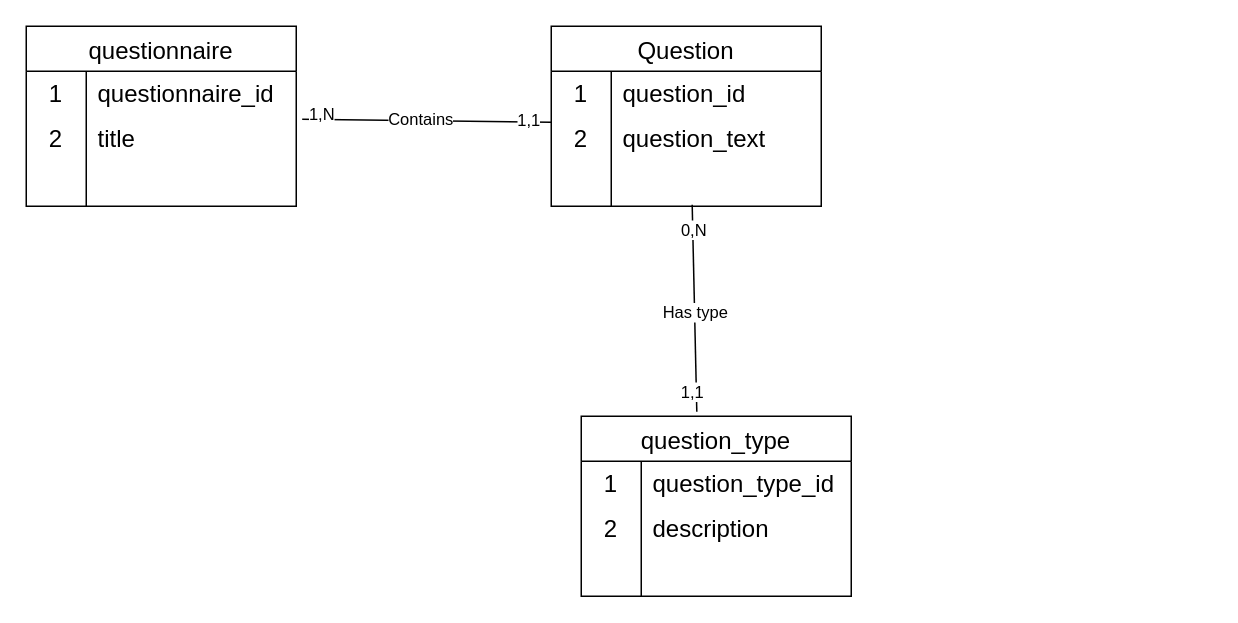
Above: Documentation/MCD_exercice_looper.drawio in Mashiro3131/exercise-looper (draw.io), before the change. Source tidied: cells renumbered, new cells numbered last; positions are measured from the earlier drawing's top-left corner, leaving out a move shared by most shapes. Both pictures are drawn from the tidied source at 150%, with x=0, y=0 at pixel (26, 26).
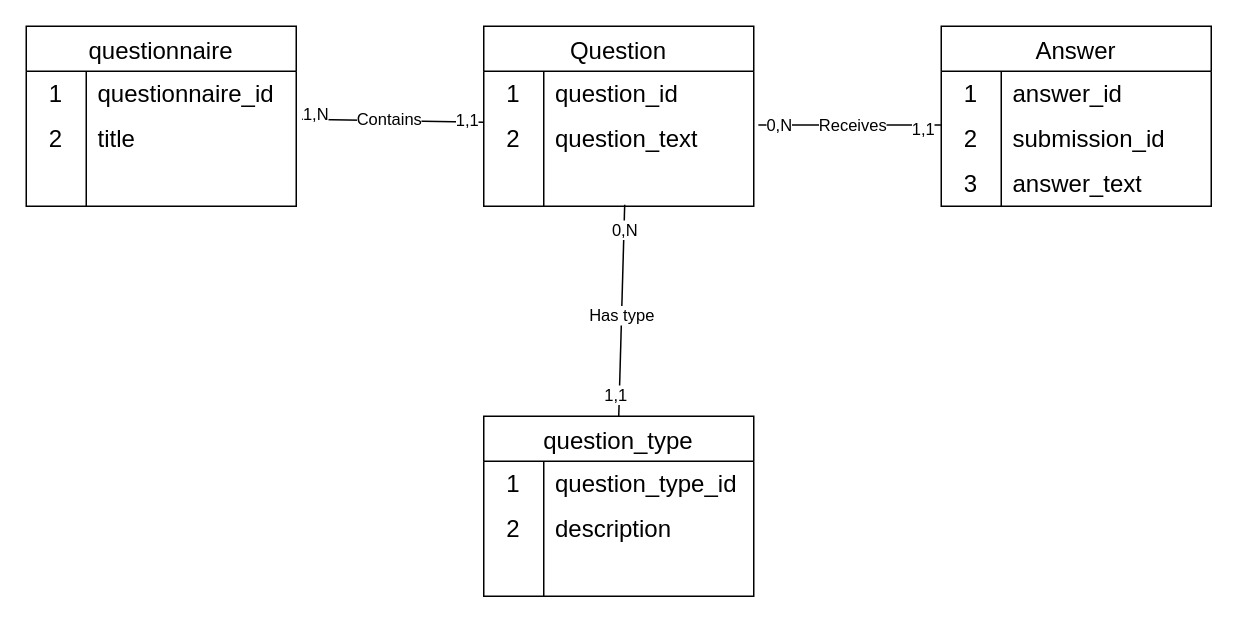
The same page after the edit.

Commit message (it also covers changes not shown here):
docs: update MCD and MLD with answers   9.

Unchanged cells that the change refers to:
```xml
<mxCell id="16" style="shape=tableRow;horizontal=0;startSize=0;swimlaneHead=0;swimlaneBody=0;top=0;left=0;bottom=0;right=0;fillColor=none;points=[[0,0.5],[1,0.5]];portConstraint=eastwest;strokeColor=inherit;fontSize=16;" parent="12" vertex="1">
  <mxGeometry y="60" width="180" height="30" as="geometry" />
</mxCell>
<mxCell id="19" style="shape=tableRow;horizontal=0;startSize=0;swimlaneHead=0;swimlaneBody=0;top=0;left=0;bottom=0;right=0;fillColor=none;points=[[0,0.5],[1,0.5]];portConstraint=eastwest;strokeColor=inherit;fontSize=16;" parent="12" vertex="1">
  <mxGeometry y="90" width="180" height="30" as="geometry" />
</mxCell>
```

The edit, as a diff of the source:
```diff
@@
     <mxCell id="12" value="Question" style="shape=table;startSize=30;childLayout=tableLayout;rowLines=0;fontStyle=0;strokeColor=default;fontSize=16;" parent="1" vertex="1">
-      <mxGeometry x="350" width="180" height="120" as="geometry" />
+      <mxGeometry x="305" width="180" height="120" as="geometry" />
     </mxCell>
@@
     <mxCell id="22" value="question_type" style="shape=table;startSize=30;childLayout=tableLayout;rowLines=0;fontStyle=0;strokeColor=default;fontSize=16;" parent="1" vertex="1">
-      <mxGeometry x="370" y="260" width="180" height="120" as="geometry" />
+      <mxGeometry x="305" y="260" width="180" height="120" as="geometry" />
     </mxCell>
@@
-    <mxCell id="36" style="endArrow=none;html=1;rounded=0;entryX=0.522;entryY=0.967;entryDx=0;entryDy=0;entryPerimeter=0;exitX=0.428;exitY=-0.025;exitDx=0;exitDy=0;exitPerimeter=0;" parent="1" edge="1" source="22" target="19">
+    <mxCell id="36" style="endArrow=none;html=1;rounded=0;entryX=0.522;entryY=0.967;entryDx=0;entryDy=0;entryPerimeter=0;exitX=0.5;exitY=0;exitDx=0;exitDy=0;" parent="1" edge="1" source="22" target="19">
       <mxGeometry relative="1" as="geometry" />
     </mxCell>
@@
+    <mxCell id="40" value="Answer" style="shape=table;startSize=30;childLayout=tableLayout;rowLines=0;fontStyle=0;strokeColor=default;fontSize=16;" parent="1" vertex="1">
+      <mxGeometry x="610" width="180" height="120" as="geometry" />
+    </mxCell>
+    <mxCell id="41" style="shape=tableRow;horizontal=0;startSize=0;swimlaneHead=0;swimlaneBody=0;top=0;left=0;bottom=0;right=0;fillColor=none;strokeColor=inherit;fontSize=16;" parent="40" vertex="1">
+      <mxGeometry y="30" width="180" height="30" as="geometry" />
+    </mxCell>
+    <mxCell id="42" value="1" style="shape=partialRectangle;html=1;whiteSpace=wrap;fillColor=none;top=0;left=0;bottom=0;right=0;overflow=hidden;strokeColor=inherit;fontSize=16;" parent="41" vertex="1">
+      <mxGeometry width="40" height="30" as="geometry" />
+    </mxCell>
+    <mxCell id="43" value="answer_id" style="shape=partialRectangle;html=1;whiteSpace=wrap;fillColor=none;top=0;left=0;bottom=0;right=0;align=left;spacingLeft=6;overflow=hidden;strokeColor=inherit;fontSize=16;" parent="41" vertex="1">
+      <mxGeometry x="40" width="140" height="30" as="geometry" />
+    </mxCell>
+    <mxCell id="44" style="shape=tableRow;horizontal=0;startSize=0;swimlaneHead=0;swimlaneBody=0;top=0;left=0;bottom=0;right=0;fillColor=none;points=[[0,0.5],[1,0.5]];portConstraint=eastwest;strokeColor=inherit;fontSize=16;" parent="40" vertex="1">
+      <mxGeometry y="60" width="180" height="30" as="geometry" />
+    </mxCell>
+    <mxCell id="45" value="2" style="shape=partialRectangle;html=1;whiteSpace=wrap;fillColor=none;top=0;left=0;bottom=0;right=0;overflow=hidden;strokeColor=inherit;fontSize=16;" parent="44" vertex="1">
+      <mxGeometry width="40" height="30" as="geometry" />
+    </mxCell>
+    <mxCell id="46" value="submission_id" style="shape=partialRectangle;html=1;whiteSpace=wrap;fillColor=none;top=0;left=0;bottom=0;right=0;align=left;spacingLeft=6;overflow=hidden;strokeColor=inherit;fontSize=16;" parent="44" vertex="1">
+      <mxGeometry x="40" width="140" height="30" as="geometry" />
+    </mxCell>
+    <mxCell id="47" style="shape=tableRow;horizontal=0;startSize=0;swimlaneHead=0;swimlaneBody=0;top=0;left=0;bottom=0;right=0;fillColor=none;strokeColor=inherit;fontSize=16;" parent="40" vertex="1">
+      <mxGeometry y="90" width="180" height="30" as="geometry" />
+    </mxCell>
+    <mxCell id="48" style="shape=partialRectangle;html=1;whiteSpace=wrap;fillColor=none;top=0;left=0;bottom=0;right=0;overflow=hidden;strokeColor=inherit;fontSize=16;" parent="47" vertex="1">
+      <mxGeometry width="40" height="30" as="geometry" />
+    </mxCell>
+    <mxCell id="49" style="shape=partialRectangle;html=1;whiteSpace=wrap;fillColor=none;top=0;left=0;bottom=0;right=0;align=left;spacingLeft=6;overflow=hidden;strokeColor=inherit;fontSize=16;" parent="47" vertex="1">
+      <mxGeometry x="40" width="140" height="30" as="geometry" />
+    </mxCell>
+    <mxCell id="50" value="answer_text" style="shape=partialRectangle;html=1;whiteSpace=wrap;fillColor=none;top=0;left=0;bottom=0;right=0;align=left;spacingLeft=6;overflow=hidden;strokeColor=inherit;fontSize=16;" parent="1" vertex="1">
+      <mxGeometry x="650" y="90" width="140" height="30" as="geometry" />
+    </mxCell>
+    <mxCell id="51" value="3" style="shape=partialRectangle;html=1;whiteSpace=wrap;fillColor=none;top=0;left=0;bottom=0;right=0;overflow=hidden;strokeColor=inherit;fontSize=16;" parent="1" vertex="1">
+      <mxGeometry x="610" y="90" width="40" height="30" as="geometry" />
+    </mxCell>
+    <mxCell id="52" style="endArrow=none;html=1;rounded=0;entryX=1.017;entryY=0.194;entryDx=0;entryDy=0;entryPerimeter=0;exitX=-0.001;exitY=0.194;exitDx=0;exitDy=0;exitPerimeter=0;" parent="1" edge="1" source="44" target="16">
+      <mxGeometry relative="1" as="geometry" />
+    </mxCell>
+    <mxCell id="53" value="0,N" style="edgeLabel;html=1;align=center;verticalAlign=middle;" parent="52" vertex="1">
+      <mxGeometry x="0.77" relative="1" as="geometry" />
+    </mxCell>
+    <mxCell id="54" value="1,1" style="edgeLabel;html=1;align=center;verticalAlign=middle;" parent="52" vertex="1">
+      <mxGeometry x="-0.8" y="3" relative="1" as="geometry" />
+    </mxCell>
+    <mxCell id="55" value="Receives" style="edgeLabel;html=1;align=center;verticalAlign=middle;" parent="52" vertex="1">
+      <mxGeometry x="-0.03" relative="1" as="geometry" />
+    </mxCell>
```
